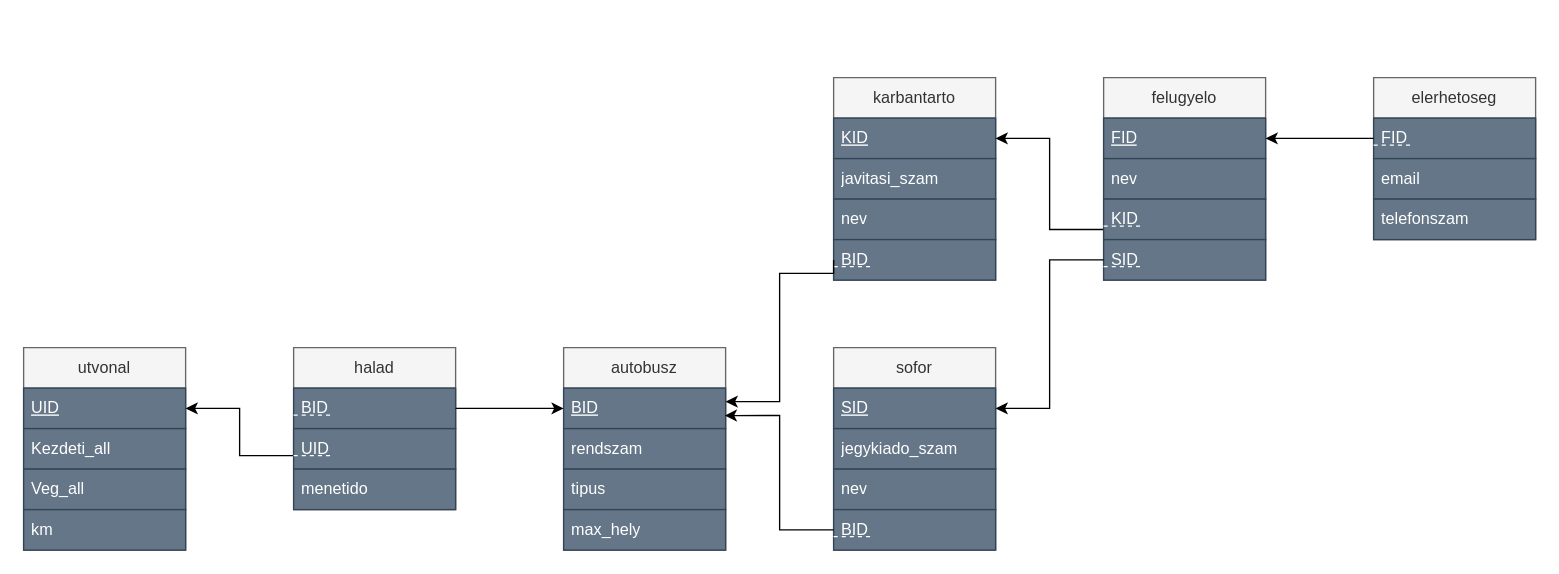
Earlier version of the draw.io diagram DBSemTaskHR6121/RMHR6121.drawio (HonDaniel/HR6121_DB1Gyak). Source tidied: cells renumbered, new cells numbered last; positions are measured from the earlier drawing's top-left corner, leaving out a move shared by most shapes. Both pictures are drawn from the tidied source at 135%, with x=0, y=0 at pixel (23, 77).
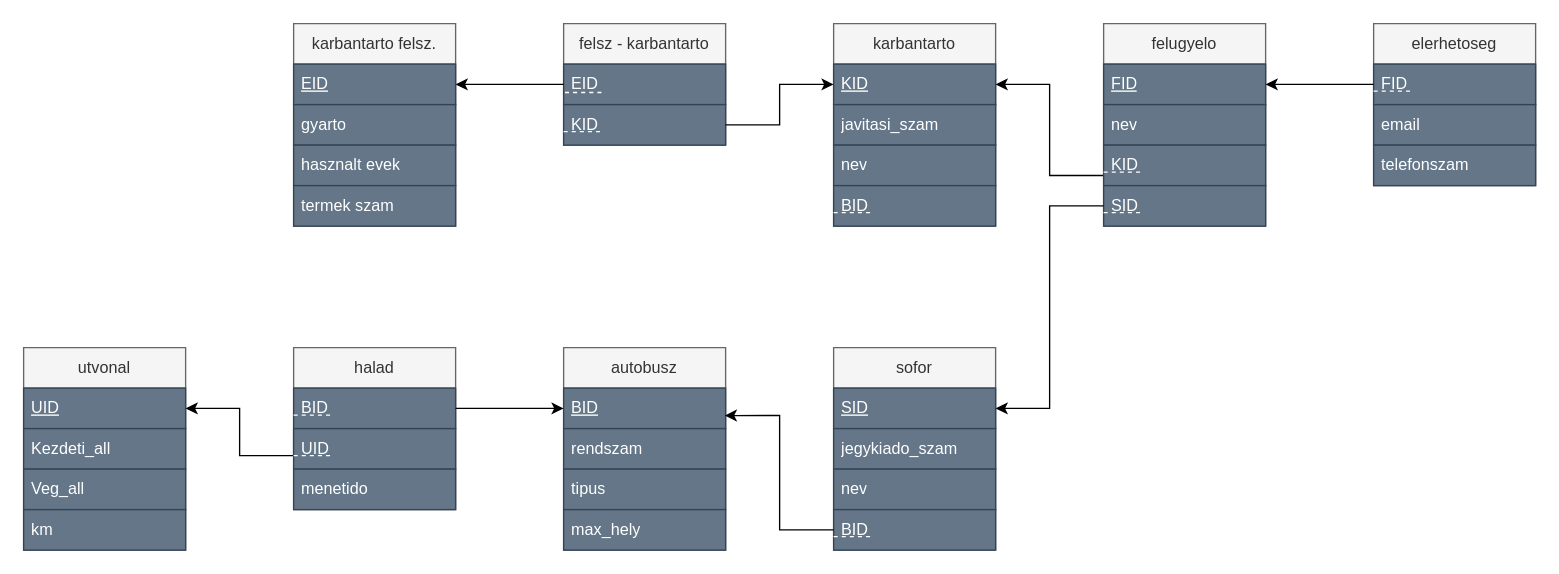
Above is the later version.

The change refers to these unchanged cells:
```xml
<mxCell id="28" value="&lt;u&gt;KID&lt;/u&gt;" style="text;strokeColor=#314354;fillColor=#647687;align=left;verticalAlign=middle;spacingLeft=4;spacingRight=4;overflow=hidden;points=[[0,0.5],[1,0.5]];portConstraint=eastwest;whiteSpace=wrap;html=1;fontColor=#ffffff;" parent="27" vertex="1">
  <mxGeometry y="30" width="120" height="30" as="geometry" />
</mxCell>
<mxCell id="31" value="BID" style="text;strokeColor=#314354;fillColor=#647687;align=left;verticalAlign=middle;spacingLeft=4;spacingRight=4;overflow=hidden;points=[[0,0.5],[1,0.5]];portConstraint=eastwest;whiteSpace=wrap;html=1;fontColor=#ffffff;" parent="27" vertex="1">
  <mxGeometry y="120" width="120" height="30" as="geometry" />
</mxCell>
```

The edit, as a diff of the source:
```diff
@@
     <mxCell id="27" value="karbantarto" style="swimlane;fontStyle=0;horizontal=1;startSize=30;whiteSpace=wrap;html=1;fillColor=#f5f5f5;fontColor=#333333;strokeColor=#666666;" parent="1" vertex="1">
-      <mxGeometry x="600" width="120" height="150" as="geometry" />
+      <mxGeometry x="600" y="-40" width="120" height="150" as="geometry" />
     </mxCell>
@@
-    <mxCell id="33" style="edgeStyle=orthogonalEdgeStyle;rounded=0;jettySize=auto;html=1;exitX=0;exitY=0.5;exitDx=0;exitDy=0;strokeColor=#000000;" parent="1" edge="1" source="31">
-      <mxGeometry relative="1" as="geometry">
-        <mxPoint x="520" y="240" as="targetPoint" />
-        <Array as="points">
-          <mxPoint x="560" y="145" />
-          <mxPoint x="560" y="240" />
-          <mxPoint x="520" y="240" />
-        </Array>
-      </mxGeometry>
-    </mxCell>
@@
     <mxCell id="35" value="felugyelo" style="swimlane;fontStyle=0;horizontal=1;startSize=30;whiteSpace=wrap;html=1;fillColor=#f5f5f5;fontColor=#333333;strokeColor=#666666;" parent="1" vertex="1">
-      <mxGeometry x="800" width="120" height="150" as="geometry" />
+      <mxGeometry x="800" y="-40" width="120" height="150" as="geometry" />
     </mxCell>
@@
     <mxCell id="44" value="elerhetoseg" style="swimlane;fontStyle=0;horizontal=1;startSize=30;whiteSpace=wrap;html=1;fillColor=#f5f5f5;fontColor=#333333;strokeColor=#666666;" parent="1" vertex="1">
-      <mxGeometry x="1000" width="120" height="120" as="geometry" />
+      <mxGeometry x="1000" y="-40" width="120" height="120" as="geometry" />
     </mxCell>
@@
+    <mxCell id="50" value="karbantarto felsz." style="swimlane;fontStyle=0;horizontal=1;startSize=30;whiteSpace=wrap;html=1;fillColor=#f5f5f5;fontColor=#333333;strokeColor=#666666;" parent="1" vertex="1">
+      <mxGeometry x="200" y="-40" width="120" height="150" as="geometry" />
+    </mxCell>
+    <mxCell id="51" value="&lt;u&gt;EID&lt;/u&gt;" style="text;strokeColor=#314354;fillColor=#647687;align=left;verticalAlign=middle;spacingLeft=4;spacingRight=4;overflow=hidden;points=[[0,0.5],[1,0.5]];portConstraint=eastwest;whiteSpace=wrap;html=1;fontColor=#ffffff;" parent="50" vertex="1">
+      <mxGeometry y="30" width="120" height="30" as="geometry" />
+    </mxCell>
+    <mxCell id="52" value="gyarto" style="text;strokeColor=#314354;fillColor=#647687;align=left;verticalAlign=middle;spacingLeft=4;spacingRight=4;overflow=hidden;whiteSpace=wrap;html=1;fontColor=#ffffff;" parent="50" vertex="1">
+      <mxGeometry y="60" width="120" height="30" as="geometry" />
+    </mxCell>
+    <mxCell id="53" value="hasznalt evek" style="text;strokeColor=#314354;fillColor=#647687;align=left;verticalAlign=middle;spacingLeft=4;spacingRight=4;overflow=hidden;whiteSpace=wrap;html=1;fontColor=#ffffff;" parent="50" vertex="1">
+      <mxGeometry y="90" width="120" height="30" as="geometry" />
+    </mxCell>
+    <mxCell id="54" style="endArrow=none;dashed=1;html=1;rounded=0;strokeColor=#FFFFFF;" parent="50" edge="1">
+      <mxGeometry relative="1" as="geometry">
+        <mxPoint y="140" as="sourcePoint" />
+        <mxPoint x="30" y="140" as="targetPoint" />
+      </mxGeometry>
+    </mxCell>
+    <mxCell id="55" value="termek szam" style="text;strokeColor=#314354;fillColor=#647687;align=left;verticalAlign=middle;spacingLeft=4;spacingRight=4;overflow=hidden;whiteSpace=wrap;html=1;fontColor=#ffffff;" parent="50" vertex="1">
+      <mxGeometry y="120" width="120" height="30" as="geometry" />
+    </mxCell>
+    <mxCell id="56" style="endArrow=none;dashed=1;html=1;rounded=0;strokeColor=#FFFFFF;" parent="1" edge="1">
+      <mxGeometry relative="1" as="geometry">
+        <mxPoint x="601" y="130" as="sourcePoint" />
+        <mxPoint x="631" y="130" as="targetPoint" />
+      </mxGeometry>
+    </mxCell>
+    <mxCell id="57" value="felsz - karbantarto" style="swimlane;fontStyle=0;horizontal=1;startSize=30;whiteSpace=wrap;html=1;fillColor=#f5f5f5;fontColor=#333333;strokeColor=#666666;" parent="1" vertex="1">
+      <mxGeometry x="400" y="-40" width="120" height="90" as="geometry" />
+    </mxCell>
+    <mxCell id="58" value="EID" style="text;strokeColor=#314354;fillColor=#647687;align=left;verticalAlign=middle;spacingLeft=4;spacingRight=4;overflow=hidden;points=[[0,0.5],[1,0.5]];portConstraint=eastwest;whiteSpace=wrap;html=1;fontColor=#ffffff;" parent="57" vertex="1">
+      <mxGeometry y="30" width="120" height="30" as="geometry" />
+    </mxCell>
+    <mxCell id="59" value="KID" style="text;strokeColor=#314354;fillColor=#647687;align=left;verticalAlign=middle;spacingLeft=4;spacingRight=4;overflow=hidden;points=[[0,0.5],[1,0.5]];portConstraint=eastwest;whiteSpace=wrap;html=1;fontColor=#ffffff;" parent="57" vertex="1">
+      <mxGeometry y="60" width="120" height="30" as="geometry" />
+    </mxCell>
+    <mxCell id="60" style="endArrow=none;dashed=1;html=1;rounded=0;strokeColor=#FFFFFF;" parent="57" edge="1">
+      <mxGeometry relative="1" as="geometry">
+        <mxPoint y="80" as="sourcePoint" />
+        <mxPoint x="30" y="80" as="targetPoint" />
+      </mxGeometry>
+    </mxCell>
+    <mxCell id="61" style="endArrow=none;dashed=1;html=1;rounded=0;strokeColor=#FFFFFF;" parent="1" edge="1">
+      <mxGeometry relative="1" as="geometry">
+        <mxPoint x="401" y="11" as="sourcePoint" />
+        <mxPoint x="431" y="11" as="targetPoint" />
+      </mxGeometry>
+    </mxCell>
+    <mxCell id="62" style="edgeStyle=orthogonalEdgeStyle;rounded=0;jettySize=auto;html=1;exitX=0;exitY=0.5;exitDx=0;exitDy=0;entryX=1;entryY=0.5;entryDx=0;entryDy=0;" parent="1" edge="1" source="58" target="51">
+      <mxGeometry relative="1" as="geometry" />
+    </mxCell>
+    <mxCell id="63" style="edgeStyle=orthogonalEdgeStyle;rounded=0;jettySize=auto;html=1;exitX=1;exitY=0.5;exitDx=0;exitDy=0;entryX=0;entryY=0.5;entryDx=0;entryDy=0;" parent="1" edge="1" source="59" target="28">
+      <mxGeometry relative="1" as="geometry" />
+    </mxCell>
```
